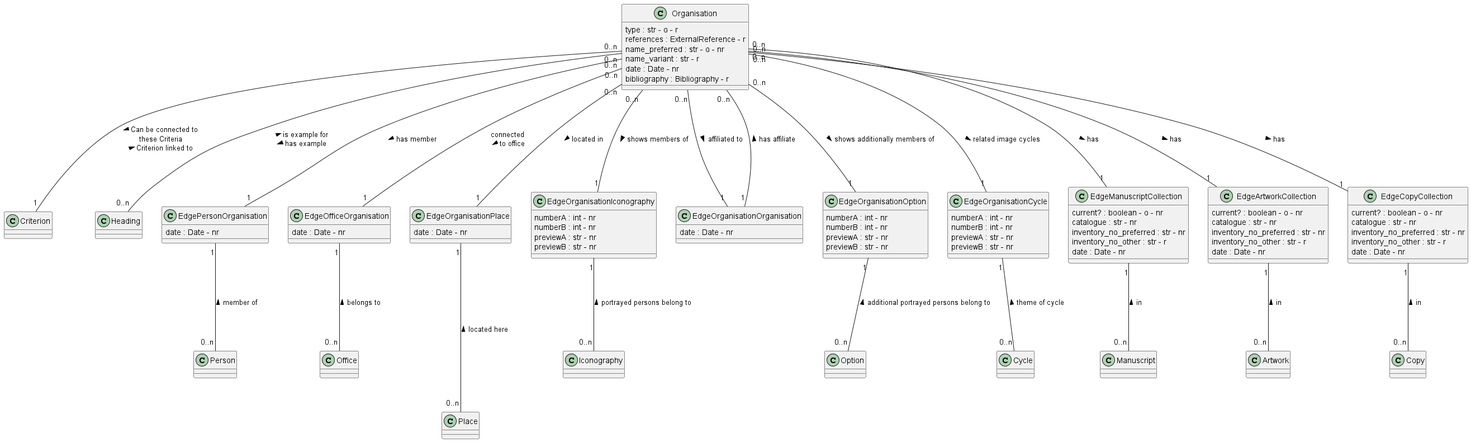
The PlantUML diagram documentation/class_diagrams/Organisation.png in tmasch/bpf_be, before a commit.
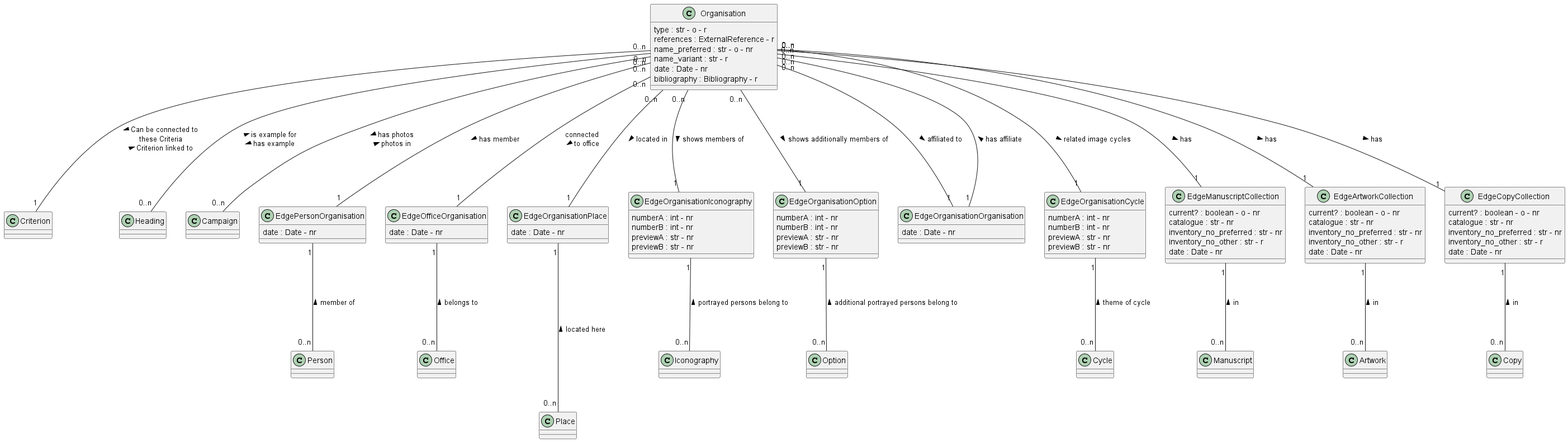
The same diagram one commit later.

The edit, as a diff of the source:
```diff
@@ -30,6 +30,8 @@
 class Copy
 
 class Heading
+
+class Campaign
 
 class EdgeOrganisationOrganisation
 EdgeOrganisationOrganisation : date : Date - nr
@@ -122,6 +124,6 @@
 
 Organisation "0..n" --- "0..n" Heading : < is example for \n has example >
 
-
+Organisation "0..n" --- "0..n" Campaign : > has photos \n photos in <
 
 @enduml
```
